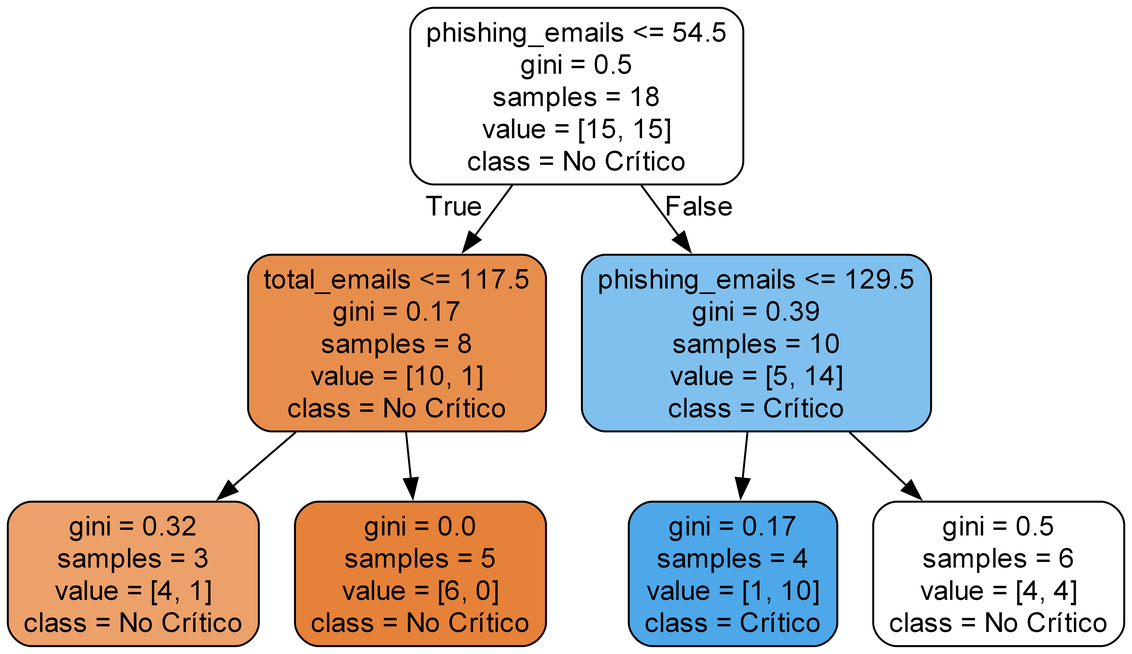
This is tree_8.png from adrianAntonP/practica2-SI, a Graphviz export, as it was before one commit. Its source is kept beside it as tree_8.dot.
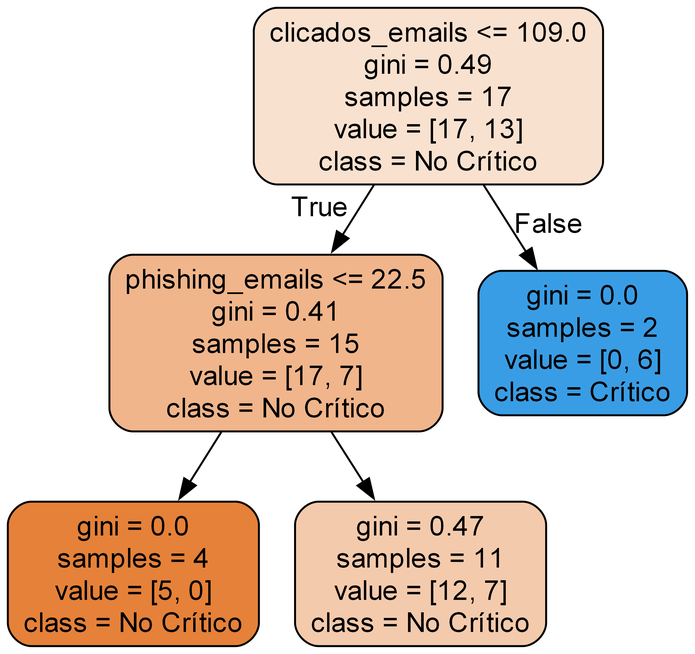
Later version of the same file.

Change to the diagram source:
```diff
@@ -1,17 +1,13 @@
 digraph Tree {
 node [shape=box, style="filled, rounded", color="black", fontname="helvetica"] ;
 edge [fontname="helvetica"] ;
-0 [label="phishing_emails <= 54.5\ngini = 0.5\nsamples = 18\nvalue = [15, 15]\nclass = No Crítico", fillcolor="#ffffff"] ;
-1 [label="total_emails <= 117.5\ngini = 0.17\nsamples = 8\nvalue = [10, 1]\nclass = No Crítico", fillcolor="#e88e4d"] ;
+0 [label="clicados_emails <= 109.0\ngini = 0.49\nsamples = 17\nvalue = [17, 13]\nclass = No Crítico", fillcolor="#f9e1d0"] ;
+1 [label="phishing_emails <= 22.5\ngini = 0.41\nsamples = 15\nvalue = [17, 7]\nclass = No Crítico", fillcolor="#f0b58b"] ;
 0 -> 1 [labeldistance=2.5, labelangle=45, headlabel="True"] ;
-2 [label="gini = 0.32\nsamples = 3\nvalue = [4, 1]\nclass = No Crítico", fillcolor="#eca06a"] ;
+2 [label="gini = 0.0\nsamples = 4\nvalue = [5, 0]\nclass = No Crítico", fillcolor="#e58139"] ;
 1 -> 2 ;
-3 [label="gini = 0.0\nsamples = 5\nvalue = [6, 0]\nclass = No Crítico", fillcolor="#e58139"] ;
+3 [label="gini = 0.47\nsamples = 11\nvalue = [12, 7]\nclass = No Crítico", fillcolor="#f4caac"] ;
 1 -> 3 ;
-4 [label="phishing_emails <= 129.5\ngini = 0.39\nsamples = 10\nvalue = [5, 14]\nclass = Crítico", fillcolor="#80c0ee"] ;
+4 [label="gini = 0.0\nsamples = 2\nvalue = [0, 6]\nclass = Crítico", fillcolor="#399de5"] ;
 0 -> 4 [labeldistance=2.5, labelangle=-45, headlabel="False"] ;
-5 [label="gini = 0.17\nsamples = 4\nvalue = [1, 10]\nclass = Crítico", fillcolor="#4da7e8"] ;
-4 -> 5 ;
-6 [label="gini = 0.5\nsamples = 6\nvalue = [4, 4]\nclass = No Crítico", fillcolor="#ffffff"] ;
-4 -> 6 ;
 }
```
